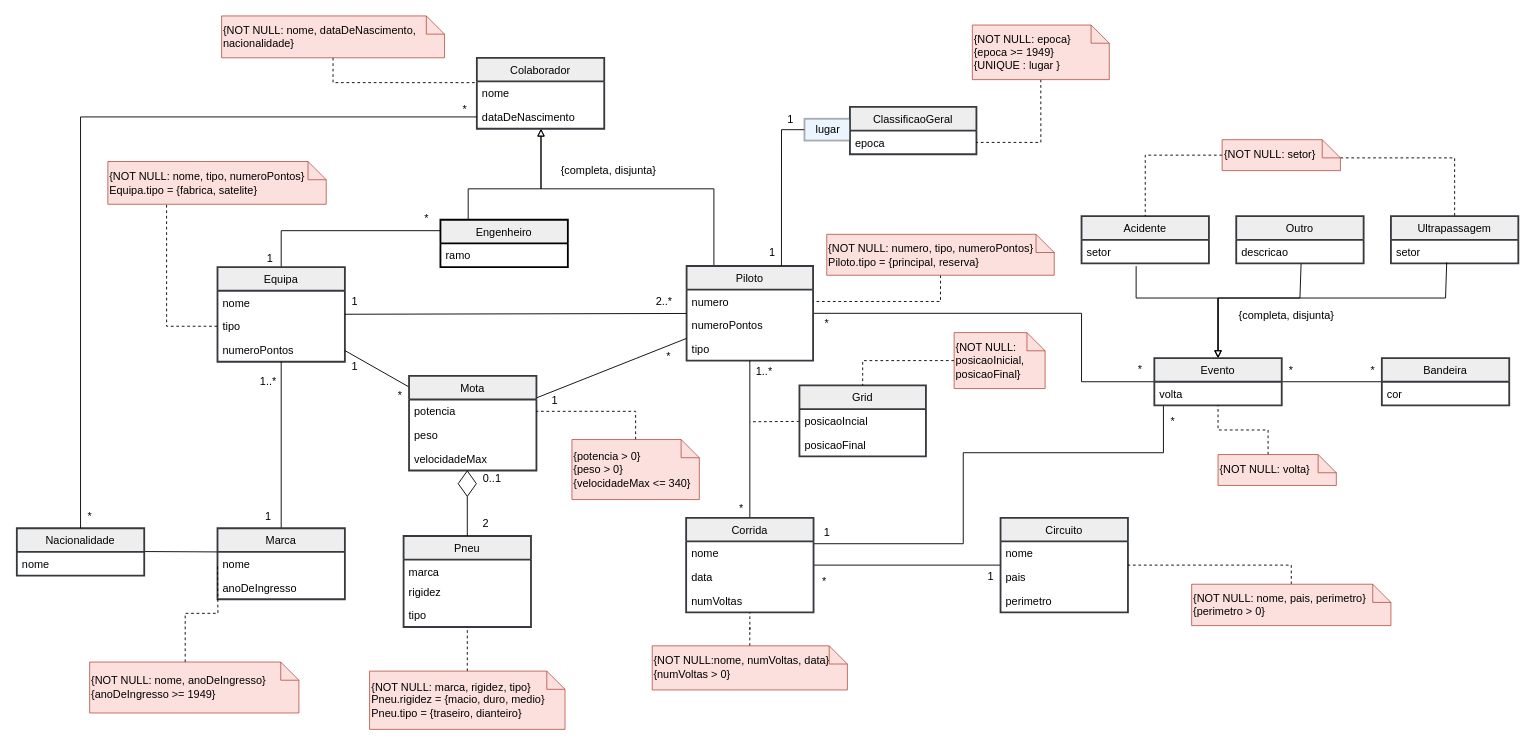
Above: MotoGP-UML-Module.drawio in alexandreggc/BD_MotoGP_Project (draw.io), before the change. Source tidied: cells renumbered, new cells numbered last; positions are measured from the earlier drawing's top-left corner, leaving out a move shared by most shapes. Both pictures are drawn from the tidied source at 91%, with x=0, y=0 at pixel (16, 15).
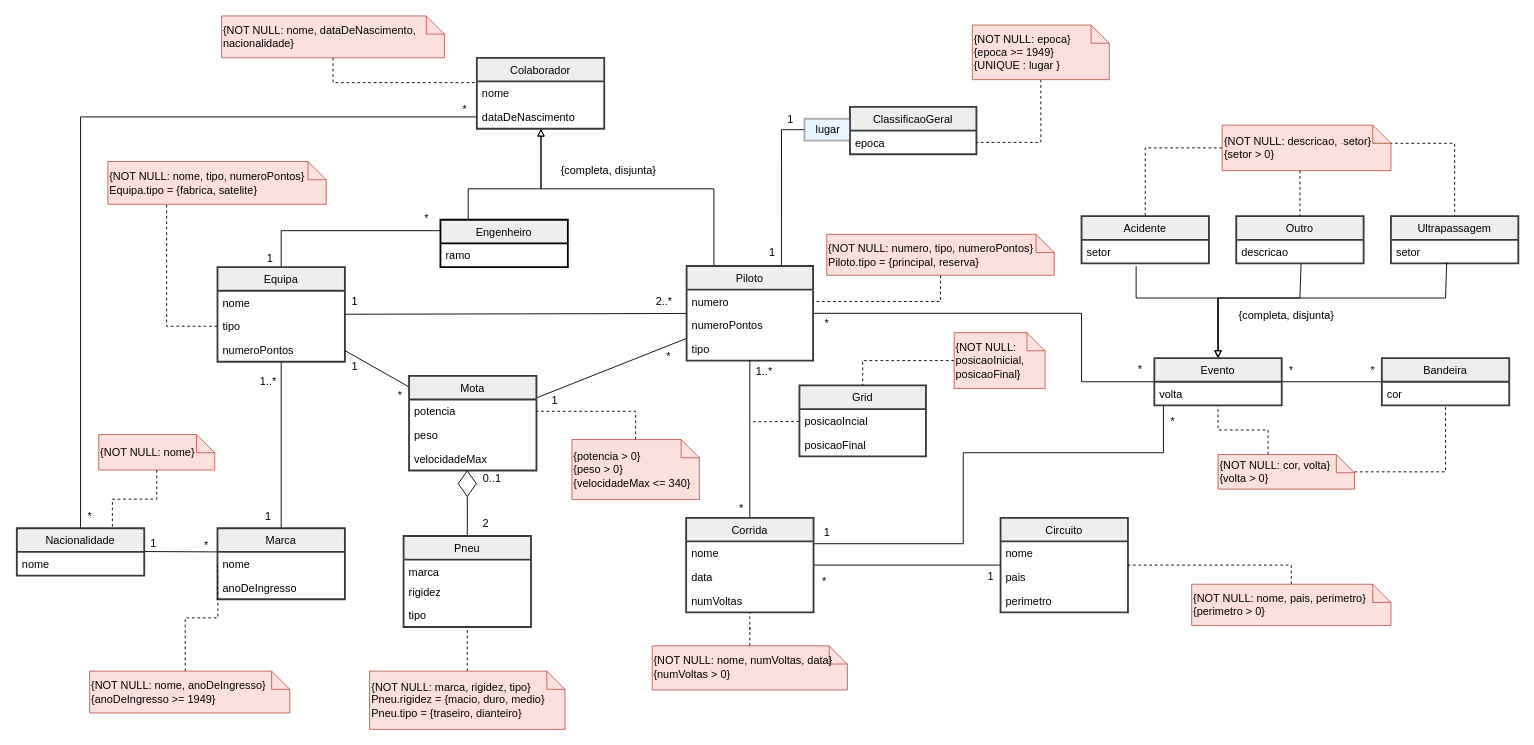
After the change.

Commit message:
Update do modelo UML

Unchanged cells that the change refers to:
```xml
<mxCell id="52" value="Outro" style="swimlane;fontStyle=0;horizontal=1;startSize=26;fillColor=#eeeeee;strokeWidth=2;strokeColor=#36393d;" parent="1" vertex="1">
  <mxGeometry x="1340" y="220" width="140" height="52" as="geometry" />
</mxCell>
<mxCell id="57" value="Bandeira" style="swimlane;fontStyle=0;horizontal=1;startSize=26;fillColor=#eeeeee;strokeWidth=2;strokeColor=#36393d;" parent="1" vertex="1">
  <mxGeometry x="1500" y="376" width="140" height="52" as="geometry" />
</mxCell>
<mxCell id="65" value="Ultrapassagem" style="swimlane;fontStyle=0;horizontal=1;startSize=26;fillColor=#eeeeee;strokeWidth=2;strokeColor=#36393d;" parent="1" vertex="1">
  <mxGeometry x="1510" y="220" width="140" height="52" as="geometry" />
</mxCell>
<mxCell id="119" value="Nacionalidade" style="swimlane;fontStyle=0;horizontal=1;startSize=26;fillColor=#eeeeee;strokeWidth=2;strokeColor=#36393d;" parent="1" vertex="1">
  <mxGeometry y="563" width="140" height="52" as="geometry" />
</mxCell>
```

Change to the diagram source:
```diff
@@
-    <mxCell id="93" value="&lt;div&gt;&lt;span&gt;{NOT NULL:nome, numVoltas, data}&lt;/span&gt;&lt;/div&gt;&lt;div&gt;&lt;span&gt;{numVoltas &amp;gt; 0}&lt;/span&gt;&lt;/div&gt;" style="shape=note;size=20;whiteSpace=wrap;html=1;align=left;strokeColor=#ae4132;fillColor=#fad9d5;opacity=80;" parent="1" vertex="1">
+    <mxCell id="93" value="&lt;div&gt;&lt;span&gt;{NOT NULL: nome, numVoltas, data}&lt;/span&gt;&lt;/div&gt;&lt;div&gt;&lt;span&gt;{numVoltas &amp;gt; 0}&lt;/span&gt;&lt;/div&gt;" style="shape=note;size=20;whiteSpace=wrap;html=1;align=left;strokeColor=#ae4132;fillColor=#fad9d5;opacity=80;" parent="1" vertex="1">
       <mxGeometry x="698.2" y="692.2" width="214.5" height="48.5" as="geometry" />
     </mxCell>
@@
     <mxCell id="101" style="edgeStyle=orthogonalEdgeStyle;rounded=0;sketch=0;jumpSize=6;jettySize=auto;html=1;exitX=0;exitY=0;exitDx=130;exitDy=20;exitPerimeter=0;dashed=1;startArrow=none;startFill=0;endArrow=none;endFill=0;targetPerimeterSpacing=0;strokeWidth=1;" parent="1" edge="1" source="102" target="65">
-      <mxGeometry relative="1" as="geometry" />
+      <mxGeometry relative="1" as="geometry">
+        <Array as="points">
+          <mxPoint x="1580" y="140" />
+        </Array>
+      </mxGeometry>
     </mxCell>
-    <mxCell id="102" value="{NOT NULL: setor}" style="shape=note;size=20;whiteSpace=wrap;html=1;align=left;strokeColor=#ae4132;fillColor=#fad9d5;opacity=80;" parent="1" vertex="1">
-      <mxGeometry x="1324.5" y="136" width="130" height="34" as="geometry" />
+    <mxCell id="102" value="{NOT NULL: descricao,&amp;nbsp; setor}&lt;br&gt;{setor &amp;gt; 0}" style="shape=note;size=20;whiteSpace=wrap;html=1;align=left;strokeColor=#ae4132;fillColor=#fad9d5;opacity=80;" parent="1" vertex="1">
+      <mxGeometry x="1324.5" y="120" width="185.5" height="50" as="geometry" />
     </mxCell>
@@
     <mxCell id="110" value="&lt;div&gt;&lt;span&gt;{NOT NULL: nome, anoDeIngresso}&lt;/span&gt;&lt;br&gt;&lt;/div&gt;&lt;div&gt;&lt;span&gt;{anoDeIngresso &amp;gt;= 1949}&lt;/span&gt;&lt;/div&gt;" style="shape=note;size=20;whiteSpace=wrap;html=1;align=left;strokeColor=#ae4132;fillColor=#fad9d5;opacity=80;" parent="1" vertex="1">
-      <mxGeometry x="80" y="710" width="230" height="56" as="geometry" />
+      <mxGeometry x="80" y="720" width="220" height="46" as="geometry" />
     </mxCell>
@@
-    <mxCell id="112" value="{NOT NULL: volta}" style="shape=note;size=20;whiteSpace=wrap;html=1;align=left;strokeColor=#ae4132;fillColor=#fad9d5;opacity=80;" parent="1" vertex="1">
-      <mxGeometry x="1320" y="482" width="130" height="34" as="geometry" />
+    <mxCell id="112" value="{NOT NULL: cor, volta}&lt;br&gt;{volta &amp;gt; 0}" style="shape=note;size=20;whiteSpace=wrap;html=1;align=left;strokeColor=#ae4132;fillColor=#fad9d5;opacity=80;" parent="1" vertex="1">
+      <mxGeometry x="1320" y="482" width="150" height="38" as="geometry" />
     </mxCell>
@@
+    <mxCell id="126" style="edgeStyle=orthogonalEdgeStyle;rounded=0;sketch=0;jumpSize=6;jettySize=auto;html=1;dashed=1;startArrow=none;startFill=0;endArrow=none;endFill=0;targetPerimeterSpacing=0;strokeWidth=1;" parent="1" edge="1" source="102" target="52">
+      <mxGeometry relative="1" as="geometry">
+        <Array as="points">
+          <mxPoint x="1410" y="190" />
+          <mxPoint x="1410" y="190" />
+        </Array>
+      </mxGeometry>
+    </mxCell>
+    <mxCell id="127" value="{NOT NULL: nome}" style="shape=note;size=20;whiteSpace=wrap;html=1;align=left;strokeColor=#ae4132;fillColor=#fad9d5;opacity=80;" parent="1" vertex="1">
+      <mxGeometry x="90" y="460" width="127.5" height="39" as="geometry" />
+    </mxCell>
+    <mxCell id="128" style="edgeStyle=orthogonalEdgeStyle;rounded=0;sketch=0;jumpSize=6;jettySize=auto;html=1;entryX=0.75;entryY=0;entryDx=0;entryDy=0;dashed=1;startArrow=none;startFill=0;endArrow=none;endFill=0;targetPerimeterSpacing=0;strokeWidth=1;" parent="1" edge="1" source="127" target="119">
+      <mxGeometry relative="1" as="geometry" />
+    </mxCell>
+    <mxCell id="129" style="edgeStyle=orthogonalEdgeStyle;rounded=0;sketch=0;jumpSize=6;jettySize=auto;html=1;dashed=1;startArrow=none;startFill=0;endArrow=none;endFill=0;targetPerimeterSpacing=0;strokeWidth=1;" parent="1" edge="1" source="112" target="57">
+      <mxGeometry relative="1" as="geometry" />
+    </mxCell>
+    <mxCell id="130" value="1" style="text;html=1;align=center;verticalAlign=middle;strokeColor=none;fillColor=none;" parent="1" vertex="1">
+      <mxGeometry x="140" y="570" width="20" height="20" as="geometry" />
+    </mxCell>
+    <mxCell id="131" value="*" style="text;html=1;align=center;verticalAlign=middle;strokeColor=none;fillColor=none;" parent="1" vertex="1">
+      <mxGeometry x="197.5" y="571.5" width="20" height="20" as="geometry" />
+    </mxCell>
```
